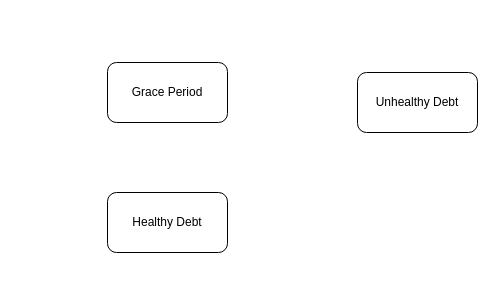
This is page "Page-2" (2 of 2) of workshop6_week7.drawio from antonykimuom/SWEN30006-2025-SM1-workshop1-tuew05-14-00-team-12, a draw.io file, before an edit. Source tidied: cells renumbered, new cells numbered last; positions are measured from the earlier drawing's top-left corner, leaving out a move shared by most shapes. Both pictures are drawn from the tidied source at 100%, with x=0, y=0 at pixel (107, 62).
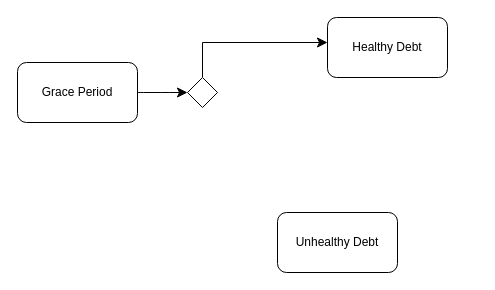
The same page after the edit.

Change to the diagram source:
```diff
@@
 <mxGraphModel>
   <root>
     <mxCell id="0" />
     <mxCell id="1" parent="0" />
+    <mxCell id="5" style="edgeStyle=none;curved=1;rounded=0;jettySize=auto;html=1;fontSize=12;startSize=8;endSize=8;" parent="1" edge="1" source="2" target="7">
+      <mxGeometry relative="1" as="geometry" />
+    </mxCell>
     <mxCell id="2" value="Grace Period" style="rounded=1;whiteSpace=wrap;html=1;" parent="1" vertex="1">
-      <mxGeometry width="120" height="60" as="geometry" />
+      <mxGeometry x="-90" width="120" height="60" as="geometry" />
     </mxCell>
     <mxCell id="3" value="Healthy Debt" style="rounded=1;whiteSpace=wrap;html=1;" parent="1" vertex="1">
-      <mxGeometry y="130" width="120" height="60" as="geometry" />
+      <mxGeometry x="220" y="-45" width="120" height="60" as="geometry" />
     </mxCell>
     <mxCell id="4" value="Unhealthy Debt" style="rounded=1;whiteSpace=wrap;html=1;" parent="1" vertex="1">
-      <mxGeometry x="250" y="10" width="120" height="60" as="geometry" />
+      <mxGeometry x="170" y="150" width="120" height="60" as="geometry" />
     </mxCell>
+    <mxCell id="6" style="edgeStyle=orthogonalEdgeStyle;rounded=0;jettySize=auto;html=1;fontSize=12;startSize=8;endSize=8;" parent="1" edge="1" source="7" target="3">
+      <mxGeometry relative="1" as="geometry">
+        <Array as="points">
+          <mxPoint x="95" y="-20" />
+        </Array>
+      </mxGeometry>
+    </mxCell>
+    <mxCell id="7" style="rhombus;whiteSpace=wrap;html=1;" parent="1" vertex="1">
+      <mxGeometry x="80" y="15" width="30" height="30" as="geometry" />
+    </mxCell>
   </root>
 </mxGraphModel>
```
